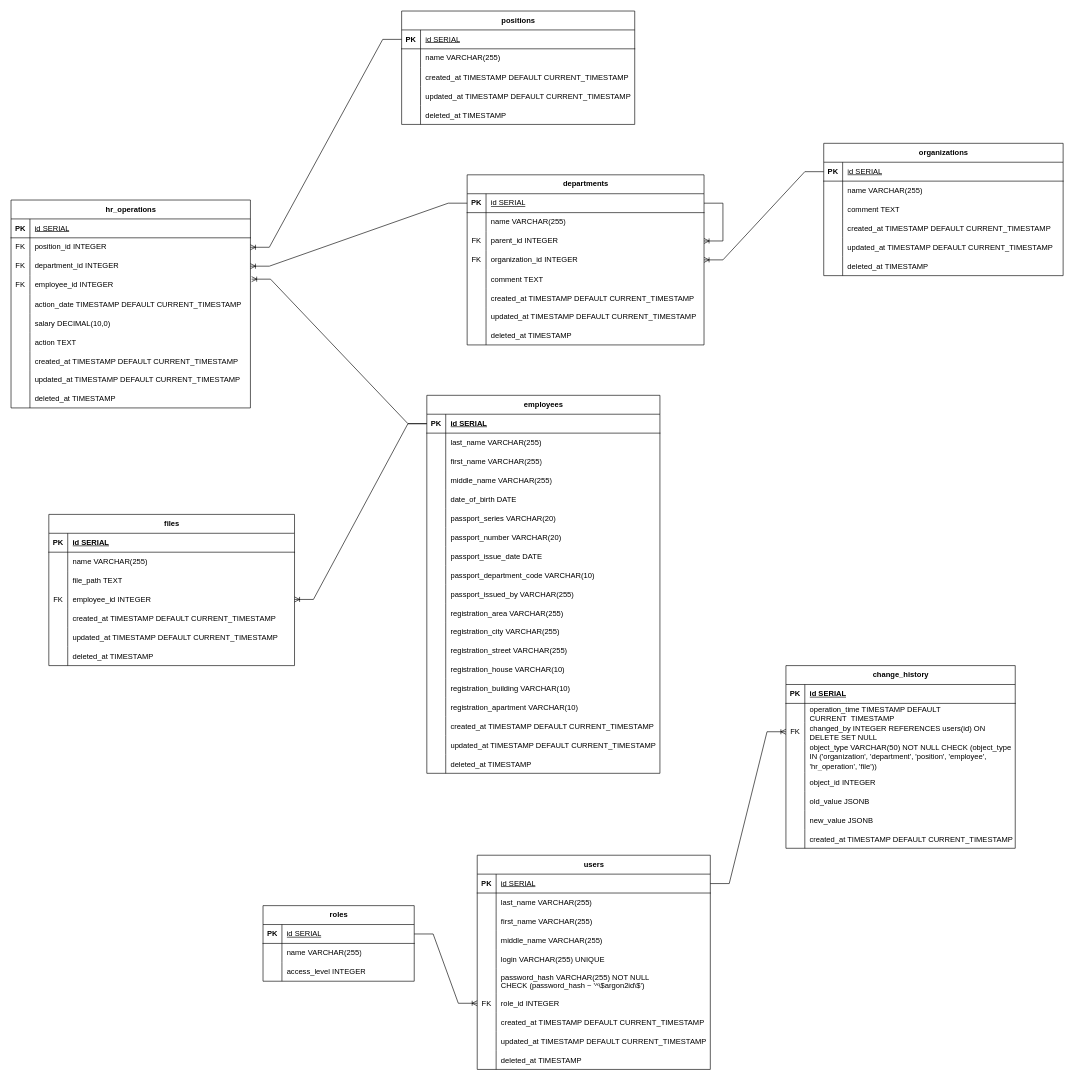
Above: docs/DB.drawio in NekitBST/areal-hr-test-2025 (draw.io), before the change. Source tidied: cells renumbered, new cells numbered last; positions are measured from the earlier drawing's top-left corner, leaving out a move shared by most shapes. Both pictures are drawn from the tidied source at 63%, with x=0, y=0 at pixel (11, 11).
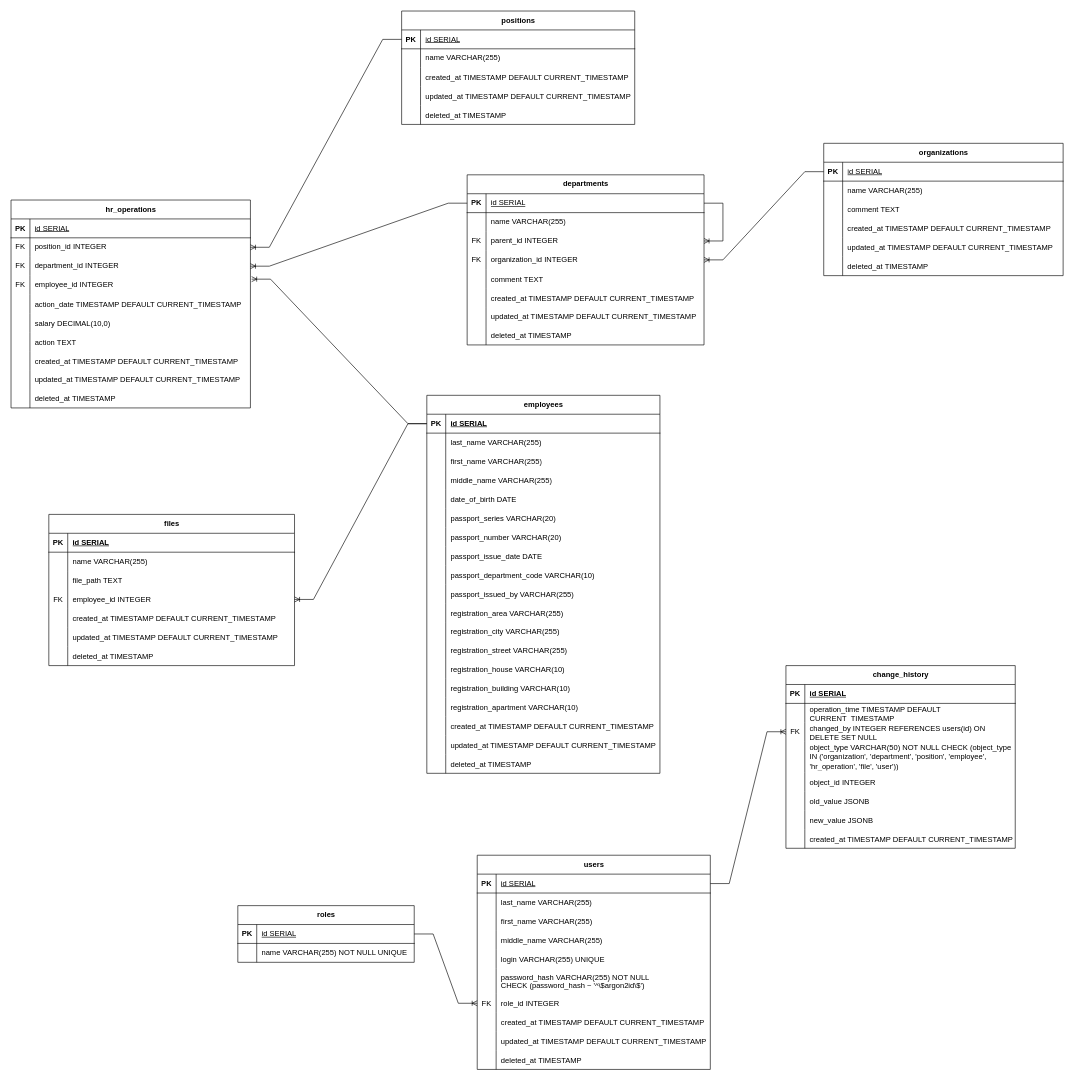
The same page after the edit.

Commit message (it also covers changes not shown here):
changing migrations for roles and change_history tables. Changing the database schema (removed the access_level field from the roles table, added object_type - user to the change_history table)

The change refers to these unchanged cells:
```xml
<mxCell id="199" style="shape=tableRow;horizontal=0;startSize=0;swimlaneHead=0;swimlaneBody=0;fillColor=none;top=0;left=0;right=0;bottom=0;" parent="189" vertex="1">
  <mxGeometry y="120" width="364" height="50" as="geometry" />
</mxCell>
```

The edit, as a diff of the source:
```diff
@@
     <mxCell id="64" value="roles" style="shape=table;startSize=30;childLayout=tableLayout;rowLines=0;fontStyle=1;align=center;html=1;" parent="1" vertex="1">
-      <mxGeometry x="400" y="1420" width="240" height="120" as="geometry" />
+      <mxGeometry x="360" y="1420" width="280" height="90" as="geometry" />
     </mxCell>
     <mxCell id="65" style="shape=tableRow;horizontal=0;startSize=0;swimlaneHead=0;swimlaneBody=0;fillColor=none;points=[[0,0.5],[1,0.5]];portConstraint=eastwest;top=0;left=0;right=0;bottom=1;" parent="64" vertex="1">
-      <mxGeometry y="30" width="240" height="30" as="geometry" />
+      <mxGeometry y="30" width="280" height="30" as="geometry" />
     </mxCell>
@@
     <mxCell id="67" value="&lt;span style=&quot;font-weight: 400;&quot;&gt;id SERIAL&lt;/span&gt;" style="shape=partialRectangle;fillColor=none;top=0;left=0;bottom=0;right=0;align=left;spacingLeft=6;fontStyle=5;overflow=hidden;whiteSpace=wrap;html=1;" parent="65" vertex="1">
-      <mxGeometry x="30" width="210" height="30" as="geometry" />
+      <mxGeometry x="30" width="250" height="30" as="geometry" />
     </mxCell>
     <mxCell id="68" style="shape=tableRow;horizontal=0;startSize=0;swimlaneHead=0;swimlaneBody=0;fillColor=none;top=0;left=0;right=0;bottom=0;" parent="64" vertex="1">
-      <mxGeometry y="60" width="240" height="30" as="geometry" />
+      <mxGeometry y="60" width="280" height="30" as="geometry" />
     </mxCell>
@@
-    <mxCell id="70" value="name VARCHAR(255)" style="shape=partialRectangle;fillColor=none;top=0;left=0;bottom=0;right=0;align=left;spacingLeft=6;overflow=hidden;whiteSpace=wrap;html=1;" parent="68" vertex="1">
-      <mxGeometry x="30" width="210" height="30" as="geometry" />
+    <mxCell id="70" value="name VARCHAR(255) NOT NULL UNIQUE" style="shape=partialRectangle;fillColor=none;top=0;left=0;bottom=0;right=0;align=left;spacingLeft=6;overflow=hidden;whiteSpace=wrap;html=1;" parent="68" vertex="1">
+      <mxGeometry x="30" width="250" height="30" as="geometry" />
     </mxCell>
-    <mxCell id="71" style="shape=tableRow;horizontal=0;startSize=0;swimlaneHead=0;swimlaneBody=0;fillColor=none;top=0;left=0;right=0;bottom=0;" parent="64" vertex="1">
-      <mxGeometry y="90" width="240" height="30" as="geometry" />
-    </mxCell>
-    <mxCell id="72" style="shape=partialRectangle;fillColor=none;top=0;left=0;bottom=0;right=0;overflow=hidden;whiteSpace=wrap;html=1;" parent="71" vertex="1">
-      <mxGeometry width="30" height="30" as="geometry" />
-    </mxCell>
-    <mxCell id="73" value="&lt;span style=&quot;text-wrap-mode: nowrap;&quot;&gt;access_level INTEGER&lt;/span&gt;" style="shape=partialRectangle;fillColor=none;top=0;left=0;bottom=0;right=0;align=left;spacingLeft=6;overflow=hidden;whiteSpace=wrap;html=1;" parent="71" vertex="1">
-      <mxGeometry x="30" width="210" height="30" as="geometry" />
-    </mxCell>
@@
-    <mxCell id="201" value="object_type VARCHAR(50) NOT NULL CHECK (object_type IN ('organization', 'department', 'position', 'employee', 'hr_operation', 'file'))" style="shape=partialRectangle;fillColor=none;top=0;left=0;bottom=0;right=0;align=left;spacingLeft=6;overflow=hidden;whiteSpace=wrap;html=1;" parent="199" vertex="1">
+    <mxCell id="201" value="object_type VARCHAR(50) NOT NULL CHECK (object_type IN ('organization', 'department', 'position', 'employee', 'hr_operation', 'file', 'user'))" style="shape=partialRectangle;fillColor=none;top=0;left=0;bottom=0;right=0;align=left;spacingLeft=6;overflow=hidden;whiteSpace=wrap;html=1;" parent="199" vertex="1">
       <mxGeometry x="30" width="334" height="50" as="geometry" />
     </mxCell>
```
